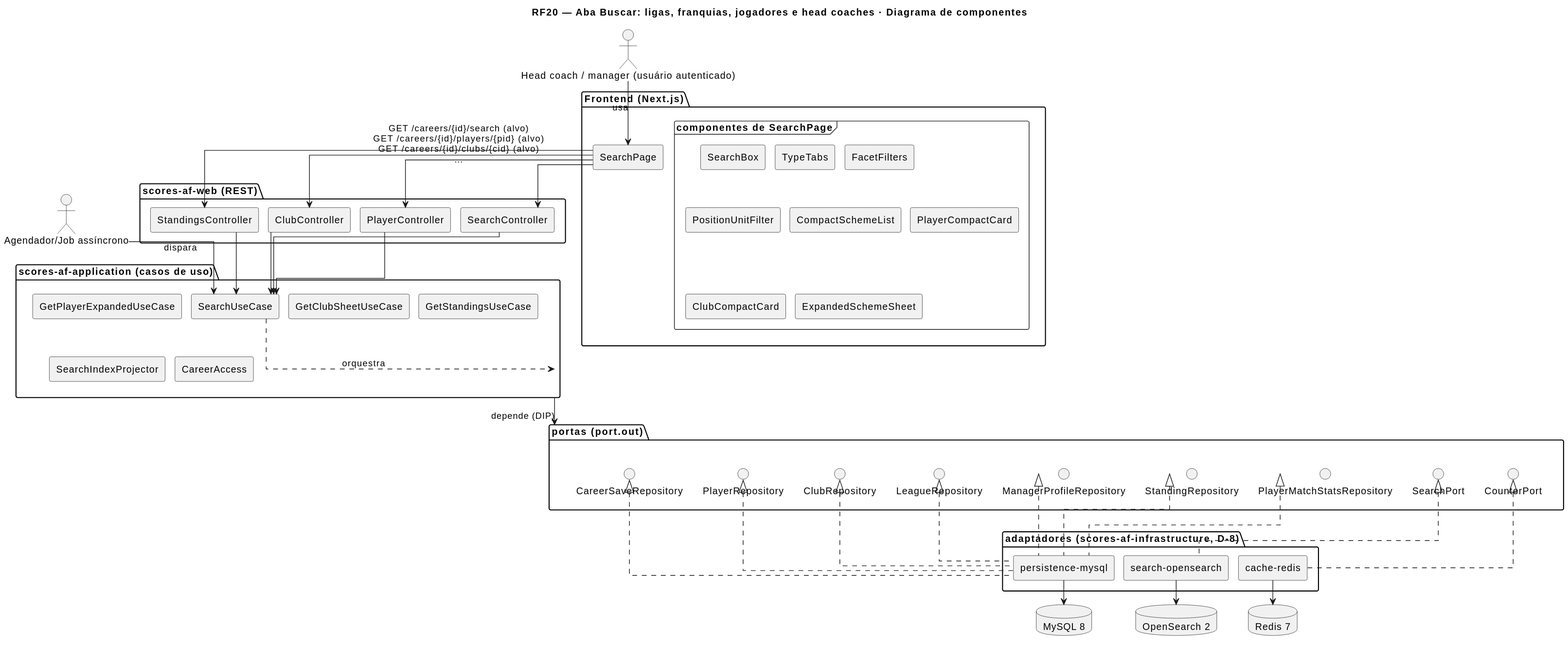
MatheusHaliski/Scores-American-Football keeps this PlantUML diagram as docs/RF20/RF20-cmp.svg. Above is the earlier version. The source it was exported from:
```plantuml
@startuml
title RF20 — Aba Buscar: ligas, franquias, jogadores e head coaches · Diagrama de componentes
skinparam componentStyle rectangle
skinparam linetype ortho
skinparam nodesep 14
skinparam ranksep 36
actor "Head coach / manager (usuário autenticado)" as c1
actor "Agendador/Job assíncrono" as c2
package "Frontend (Next.js)" as pkg_fe {
  component "SearchPage" as c3
  frame "componentes de SearchPage" as pkg_fe_sub {
    component "SearchBox" as c4
    component "TypeTabs" as c5
    component "FacetFilters" as c6
    component "PositionUnitFilter" as c7
    component "CompactSchemeList" as c8
    component "PlayerCompactCard" as c9
    component "ClubCompactCard" as c10
    component "ExpandedSchemeSheet" as c11
  }
}
package "scores-af-web (REST)" as pkg_web {
  component "SearchController" as c12
  component "PlayerController" as c13
  component "ClubController" as c14
  component "StandingsController" as c15
}
package "scores-af-application (casos de uso)" as pkg_app {
  component "SearchUseCase" as c16
  component "GetPlayerExpandedUseCase" as c17
  component "GetClubSheetUseCase" as c18
  component "GetStandingsUseCase" as c19
  component "SearchIndexProjector" as c20
  component "CareerAccess" as c21
}
package "portas (port.out)" as pkg_ports {
  interface "CareerSaveRepository" as c22
  interface "PlayerRepository" as c23
  interface "ClubRepository" as c24
  interface "LeagueRepository" as c25
  interface "ManagerProfileRepository" as c26
  interface "StandingRepository" as c27
  interface "PlayerMatchStatsRepository" as c28
  interface "SearchPort" as c29
  interface "CounterPort" as c30
}
package "adaptadores (scores-af-infrastructure, D-8)" as pkg_ad {
  component "persistence-mysql" as c31
  component "search-opensearch" as c32
  component "cache-redis" as c33
}
database "MySQL 8" as s1
database "OpenSearch 2" as s2
database "Redis 7" as s3
c1 --> c3 : usa
c2 --> c16 : dispara
c3 --> c12 : GET /careers/{id}/search (alvo)\nGET /careers/{id}/players/{pid} (alvo)\nGET /careers/{id}/clubs/{cid} (alvo)\n…
c3 --> c13
c3 --> c14
c3 --> c15
c12 --> c16
c13 --> c16
c14 --> c16
c15 --> c16
c16 ..> pkg_app : orquestra
pkg_app --> pkg_ports : depende (DIP)
c31 .up.|> c22
c31 .up.|> c23
c31 .up.|> c24
c31 .up.|> c25
c31 .up.|> c26
c31 .up.|> c27
c31 .up.|> c28
c32 .up.|> c29
c33 .up.|> c30
c31 --> s1
c32 --> s2
c33 --> s3
@enduml
```
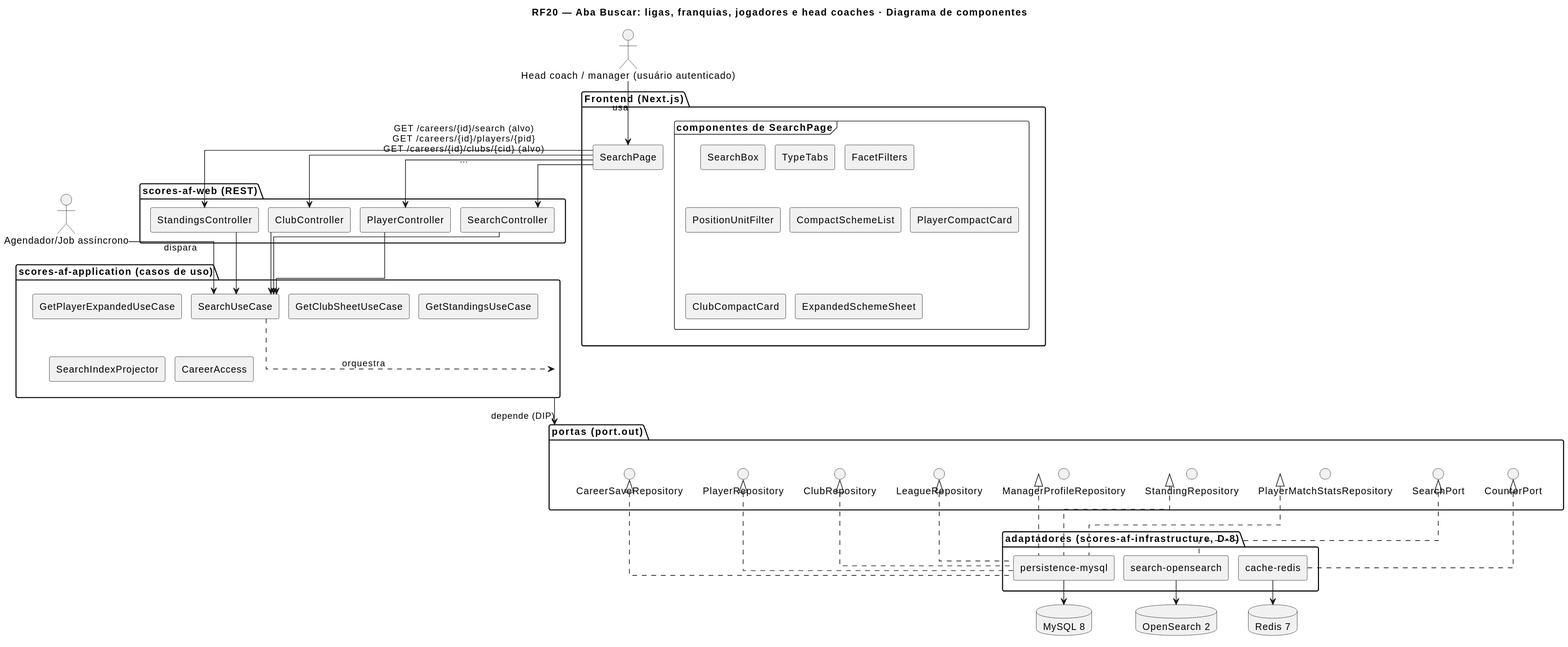
After the commit.

What changed in the source:
```diff
@@ -54,7 +54,7 @@
 database "Redis 7" as s3
 c1 --> c3 : usa
 c2 --> c16 : dispara
-c3 --> c12 : GET /careers/{id}/search (alvo)\nGET /careers/{id}/players/{pid} (alvo)\nGET /careers/{id}/clubs/{cid} (alvo)\n…
+c3 --> c12 : GET /careers/{id}/search (alvo)\nGET /careers/{id}/players/{pid}\nGET /careers/{id}/clubs/{cid} (alvo)\n…
 c3 --> c13
 c3 --> c14
 c3 --> c15
```
